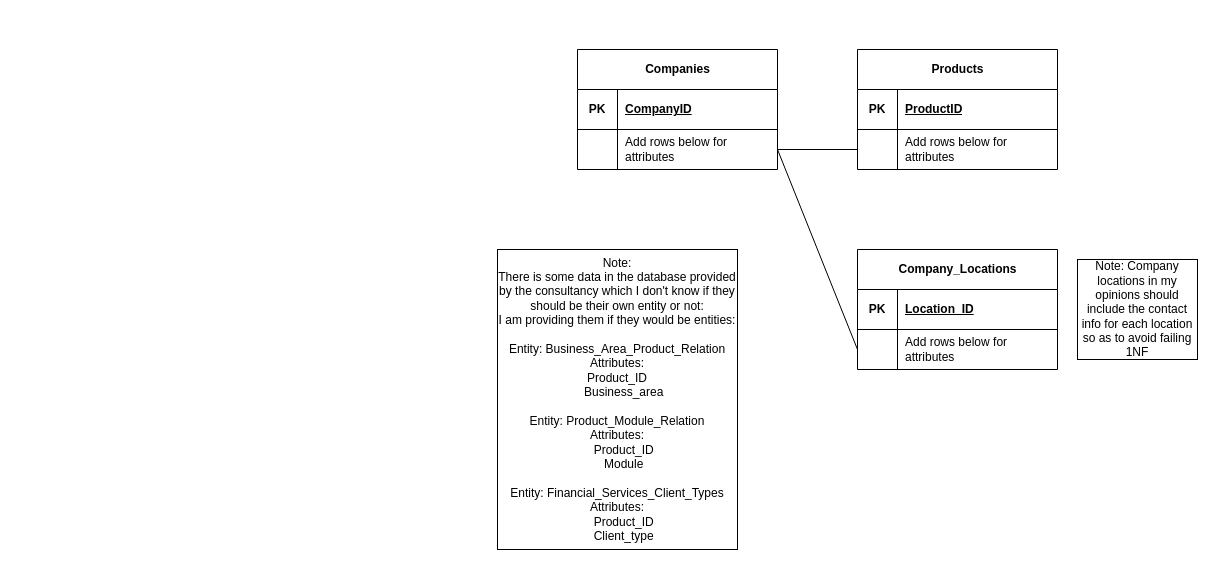
Above: ERD.drawio in CocaDoU/Team5 (draw.io), before the change. Source tidied: cells renumbered, new cells numbered last; positions are measured from the earlier drawing's top-left corner, leaving out a move shared by most shapes. Both pictures are drawn from the tidied source at 100%, with x=0, y=0 at pixel (497, 49).
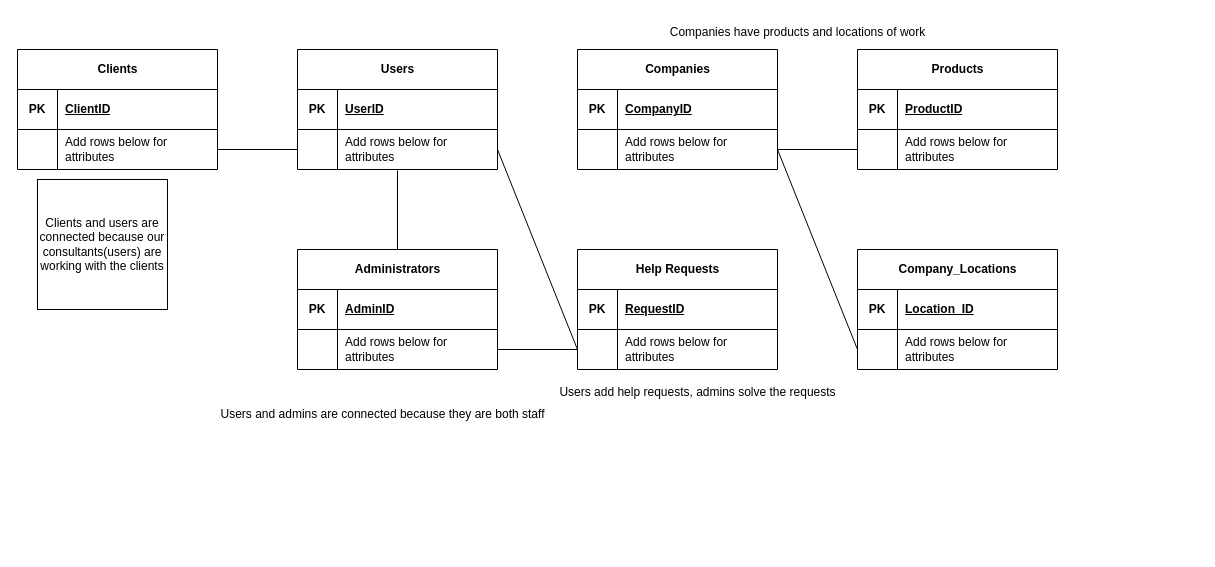
The same page after the edit.

What changed in the source:
```diff
@@
-    <mxCell id="25" value="Note: Company locations in my opinions should include the contact info for each location so as to avoid failing 1NF" style="rounded=0;whiteSpace=wrap;html=1;" parent="1" vertex="1">
-      <mxGeometry x="580" y="210" width="120" height="100" as="geometry" />
-    </mxCell>
-    <mxCell id="26" value="Note:&lt;br&gt;There is some data in the database provided by the consultancy which I don't know if they should be their own entity or not:&lt;br&gt;I am providing them if they would be entities:&lt;br&gt;&lt;br&gt;&lt;div&gt;Entity: Business_Area_Product_Relation&lt;/div&gt;&lt;div&gt;Attributes:&lt;/div&gt;&lt;div&gt;Product_ID&lt;span style=&quot;&quot;&gt;&lt;/span&gt;&lt;/div&gt;&lt;div&gt;&lt;span style=&quot;&quot;&gt;&lt;span style=&quot;&quot;&gt;&lt;span style=&quot;white-space: pre;&quot;&gt;&amp;nbsp;&amp;nbsp;&amp;nbsp;&amp;nbsp;&lt;/span&gt;&lt;/span&gt;Business_area&lt;/span&gt;&lt;/div&gt;&lt;div&gt;&lt;br&gt;&lt;/div&gt;&lt;div&gt;Entity: Product_Module_Relation&lt;/div&gt;&lt;div&gt;Attributes:&lt;/div&gt;&lt;div&gt;&lt;span style=&quot;&quot;&gt;&lt;span style=&quot;&quot;&gt;&lt;span style=&quot;white-space: pre;&quot;&gt;&amp;nbsp;&amp;nbsp;&amp;nbsp;&amp;nbsp;&lt;/span&gt;&lt;/span&gt;Product_ID&lt;/span&gt;&lt;/div&gt;&lt;div&gt;&lt;span style=&quot;&quot;&gt;&lt;span style=&quot;&quot;&gt;&lt;span style=&quot;white-space: pre;&quot;&gt;&amp;nbsp;&amp;nbsp;&amp;nbsp;&amp;nbsp;&lt;/span&gt;&lt;/span&gt;Module&lt;/span&gt;&lt;/div&gt;&lt;div&gt;&lt;br&gt;&lt;/div&gt;&lt;div&gt;Entity: Financial_Services_Client_Types&lt;/div&gt;&lt;div&gt;Attributes:&lt;/div&gt;&lt;div&gt;&lt;span style=&quot;&quot;&gt;&lt;span style=&quot;&quot;&gt;&lt;span style=&quot;white-space: pre;&quot;&gt;&amp;nbsp;&amp;nbsp;&amp;nbsp;&amp;nbsp;&lt;/span&gt;&lt;/span&gt;Product_ID&lt;/span&gt;&lt;/div&gt;&lt;div&gt;&lt;span style=&quot;&quot;&gt;&lt;span style=&quot;&quot;&gt;&lt;span style=&quot;white-space: pre;&quot;&gt;&amp;nbsp;&amp;nbsp;&amp;nbsp;&amp;nbsp;&lt;/span&gt;&lt;/span&gt;Client_type&lt;/span&gt;&lt;/div&gt;" style="rounded=0;whiteSpace=wrap;html=1;" parent="1" vertex="1">
-      <mxGeometry y="200" width="240" height="300" as="geometry" />
-    </mxCell>
+    <mxCell id="27" value="Users" style="shape=table;startSize=40;childLayout=tableLayout;rowLines=0;fontStyle=1;align=center;html=1;" parent="1" vertex="1">
+      <mxGeometry x="-200" width="200" height="120" as="geometry" />
+    </mxCell>
+    <mxCell id="28" style="shape=tableRow;horizontal=0;startSize=0;swimlaneHead=0;swimlaneBody=0;fillColor=none;top=0;left=0;right=0;bottom=1;" parent="27" vertex="1">
+      <mxGeometry y="40" width="200" height="40" as="geometry" />
+    </mxCell>
+    <mxCell id="29" value="PK" style="shape=partialRectangle;fillColor=none;top=0;left=0;bottom=0;right=0;fontStyle=1;overflow=hidden;whiteSpace=wrap;html=1;" parent="28" vertex="1">
+      <mxGeometry width="40" height="40" as="geometry" />
+    </mxCell>
+    <mxCell id="30" value="UserID" style="shape=partialRectangle;fillColor=none;top=0;left=0;bottom=0;right=0;align=left;spacingLeft=6;fontStyle=5;overflow=hidden;whiteSpace=wrap;html=1;" parent="28" vertex="1">
+      <mxGeometry x="40" width="160" height="40" as="geometry" />
+    </mxCell>
+    <mxCell id="31" style="shape=tableRow;horizontal=0;startSize=0;swimlaneHead=0;swimlaneBody=0;fillColor=none;points=[[0,0.5],[1,0.5]];portConstraint=eastwest;top=0;left=0;right=0;bottom=0;" parent="27" vertex="1">
+      <mxGeometry y="80" width="200" height="40" as="geometry" />
+    </mxCell>
+    <mxCell id="32" style="shape=partialRectangle;fillColor=none;top=0;left=0;bottom=0;right=0;overflow=hidden;whiteSpace=wrap;html=1;" parent="31" vertex="1">
+      <mxGeometry width="40" height="40" as="geometry" />
+    </mxCell>
+    <mxCell id="33" value="Add rows below for attributes" style="shape=partialRectangle;fillColor=none;top=0;left=0;bottom=0;right=0;align=left;spacingLeft=6;overflow=hidden;whiteSpace=wrap;html=1;" parent="31" vertex="1">
+      <mxGeometry x="40" width="160" height="40" as="geometry" />
+    </mxCell>
+    <mxCell id="34" value="Administrators" style="shape=table;startSize=40;childLayout=tableLayout;rowLines=0;fontStyle=1;align=center;html=1;" parent="1" vertex="1">
+      <mxGeometry x="-200" y="200" width="200" height="120" as="geometry" />
+    </mxCell>
+    <mxCell id="35" style="shape=tableRow;horizontal=0;startSize=0;swimlaneHead=0;swimlaneBody=0;fillColor=none;top=0;left=0;right=0;bottom=1;" parent="34" vertex="1">
+      <mxGeometry y="40" width="200" height="40" as="geometry" />
+    </mxCell>
+    <mxCell id="36" value="PK" style="shape=partialRectangle;fillColor=none;top=0;left=0;bottom=0;right=0;fontStyle=1;overflow=hidden;whiteSpace=wrap;html=1;" parent="35" vertex="1">
+      <mxGeometry width="40" height="40" as="geometry" />
+    </mxCell>
+    <mxCell id="37" value="AdminID" style="shape=partialRectangle;fillColor=none;top=0;left=0;bottom=0;right=0;align=left;spacingLeft=6;fontStyle=5;overflow=hidden;whiteSpace=wrap;html=1;" parent="35" vertex="1">
+      <mxGeometry x="40" width="160" height="40" as="geometry" />
+    </mxCell>
+    <mxCell id="38" style="shape=tableRow;horizontal=0;startSize=0;swimlaneHead=0;swimlaneBody=0;fillColor=none;points=[[0,0.5],[1,0.5]];portConstraint=eastwest;top=0;left=0;right=0;bottom=0;" parent="34" vertex="1">
+      <mxGeometry y="80" width="200" height="40" as="geometry" />
+    </mxCell>
+    <mxCell id="39" style="shape=partialRectangle;fillColor=none;top=0;left=0;bottom=0;right=0;overflow=hidden;whiteSpace=wrap;html=1;" parent="38" vertex="1">
+      <mxGeometry width="40" height="40" as="geometry" />
+    </mxCell>
+    <mxCell id="40" value="Add rows below for attributes" style="shape=partialRectangle;fillColor=none;top=0;left=0;bottom=0;right=0;align=left;spacingLeft=6;overflow=hidden;whiteSpace=wrap;html=1;" parent="38" vertex="1">
+      <mxGeometry x="40" width="160" height="40" as="geometry" />
+    </mxCell>
+    <mxCell id="41" style="rounded=0;jettySize=auto;html=1;exitX=0.5;exitY=0;exitDx=0;exitDy=0;endArrow=none;endFill=0;" parent="1" edge="1" source="34">
+      <mxGeometry relative="1" as="geometry">
+        <mxPoint x="-100" y="121" as="targetPoint" />
+      </mxGeometry>
+    </mxCell>
+    <mxCell id="42" value="Help Requests" style="shape=table;startSize=40;childLayout=tableLayout;rowLines=0;fontStyle=1;align=center;html=1;" parent="1" vertex="1">
+      <mxGeometry x="80" y="200" width="200" height="120" as="geometry" />
+    </mxCell>
+    <mxCell id="43" style="shape=tableRow;horizontal=0;startSize=0;swimlaneHead=0;swimlaneBody=0;fillColor=none;top=0;left=0;right=0;bottom=1;" parent="42" vertex="1">
+      <mxGeometry y="40" width="200" height="40" as="geometry" />
+    </mxCell>
+    <mxCell id="44" value="PK" style="shape=partialRectangle;fillColor=none;top=0;left=0;bottom=0;right=0;fontStyle=1;overflow=hidden;whiteSpace=wrap;html=1;" parent="43" vertex="1">
+      <mxGeometry width="40" height="40" as="geometry" />
+    </mxCell>
+    <mxCell id="45" value="RequestID" style="shape=partialRectangle;fillColor=none;top=0;left=0;bottom=0;right=0;align=left;spacingLeft=6;fontStyle=5;overflow=hidden;whiteSpace=wrap;html=1;" parent="43" vertex="1">
+      <mxGeometry x="40" width="160" height="40" as="geometry" />
+    </mxCell>
+    <mxCell id="46" style="shape=tableRow;horizontal=0;startSize=0;swimlaneHead=0;swimlaneBody=0;fillColor=none;points=[[0,0.5],[1,0.5]];portConstraint=eastwest;top=0;left=0;right=0;bottom=0;" parent="42" vertex="1">
+      <mxGeometry y="80" width="200" height="40" as="geometry" />
+    </mxCell>
+    <mxCell id="47" style="shape=partialRectangle;fillColor=none;top=0;left=0;bottom=0;right=0;overflow=hidden;whiteSpace=wrap;html=1;" parent="46" vertex="1">
+      <mxGeometry width="40" height="40" as="geometry" />
+    </mxCell>
+    <mxCell id="48" value="Add rows below for attributes" style="shape=partialRectangle;fillColor=none;top=0;left=0;bottom=0;right=0;align=left;spacingLeft=6;overflow=hidden;whiteSpace=wrap;html=1;" parent="46" vertex="1">
+      <mxGeometry x="40" width="160" height="40" as="geometry" />
+    </mxCell>
+    <mxCell id="49" style="rounded=0;jettySize=auto;html=1;exitX=1;exitY=0.5;exitDx=0;exitDy=0;endArrow=none;endFill=0;" parent="1" edge="1" source="38" target="46">
+      <mxGeometry relative="1" as="geometry" />
+    </mxCell>
+    <mxCell id="50" style="rounded=0;jettySize=auto;html=1;exitX=1;exitY=0.5;exitDx=0;exitDy=0;entryX=0;entryY=0.5;entryDx=0;entryDy=0;endArrow=none;endFill=0;" parent="1" edge="1" source="31" target="46">
+      <mxGeometry relative="1" as="geometry" />
+    </mxCell>
+    <mxCell id="51" value="Clients" style="shape=table;startSize=40;childLayout=tableLayout;rowLines=0;fontStyle=1;align=center;html=1;" parent="1" vertex="1">
+      <mxGeometry x="-480" width="200" height="120" as="geometry" />
+    </mxCell>
+    <mxCell id="52" style="shape=tableRow;horizontal=0;startSize=0;swimlaneHead=0;swimlaneBody=0;fillColor=none;top=0;left=0;right=0;bottom=1;" parent="51" vertex="1">
+      <mxGeometry y="40" width="200" height="40" as="geometry" />
+    </mxCell>
+    <mxCell id="53" value="PK" style="shape=partialRectangle;fillColor=none;top=0;left=0;bottom=0;right=0;fontStyle=1;overflow=hidden;whiteSpace=wrap;html=1;" parent="52" vertex="1">
+      <mxGeometry width="40" height="40" as="geometry" />
+    </mxCell>
+    <mxCell id="54" value="ClientID" style="shape=partialRectangle;fillColor=none;top=0;left=0;bottom=0;right=0;align=left;spacingLeft=6;fontStyle=5;overflow=hidden;whiteSpace=wrap;html=1;" parent="52" vertex="1">
+      <mxGeometry x="40" width="160" height="40" as="geometry" />
+    </mxCell>
+    <mxCell id="55" style="shape=tableRow;horizontal=0;startSize=0;swimlaneHead=0;swimlaneBody=0;fillColor=none;points=[[0,0.5],[1,0.5]];portConstraint=eastwest;top=0;left=0;right=0;bottom=0;" parent="51" vertex="1">
+      <mxGeometry y="80" width="200" height="40" as="geometry" />
+    </mxCell>
+    <mxCell id="56" style="shape=partialRectangle;fillColor=none;top=0;left=0;bottom=0;right=0;overflow=hidden;whiteSpace=wrap;html=1;" parent="55" vertex="1">
+      <mxGeometry width="40" height="40" as="geometry" />
+    </mxCell>
+    <mxCell id="57" value="Add rows below for attributes" style="shape=partialRectangle;fillColor=none;top=0;left=0;bottom=0;right=0;align=left;spacingLeft=6;overflow=hidden;whiteSpace=wrap;html=1;" parent="55" vertex="1">
+      <mxGeometry x="40" width="160" height="40" as="geometry" />
+    </mxCell>
+    <mxCell id="58" style="rounded=0;jettySize=auto;html=1;exitX=1;exitY=0.5;exitDx=0;exitDy=0;entryX=0;entryY=0.5;entryDx=0;entryDy=0;endArrow=none;endFill=0;" parent="1" edge="1" source="55" target="31">
+      <mxGeometry relative="1" as="geometry" />
+    </mxCell>
+    <mxCell id="59" value="Clients and users are connected because our consultants(users) are working with the clients" style="whiteSpace=wrap;html=1;" parent="1" vertex="1">
+      <mxGeometry x="-460" y="130" width="130" height="130" as="geometry" />
+    </mxCell>
+    <mxCell id="60" value="Users and admins are connected because they are both staff" style="text;html=1;align=center;verticalAlign=middle;strokeColor=none;fillColor=none;" parent="1" vertex="1">
+      <mxGeometry x="-290" y="350" width="350" height="30" as="geometry" />
+    </mxCell>
+    <mxCell id="61" value="Users add help requests, admins solve the requests" style="text;html=1;align=center;verticalAlign=middle;strokeColor=none;fillColor=none;" parent="1" vertex="1">
+      <mxGeometry x="50" y="328" width="300" height="30" as="geometry" />
+    </mxCell>
+    <mxCell id="62" value="Companies have products and locations of work" style="text;html=1;align=center;verticalAlign=middle;strokeColor=none;fillColor=none;" parent="1" vertex="1">
+      <mxGeometry x="160" y="-32" width="280" height="30" as="geometry" />
+    </mxCell>
```
